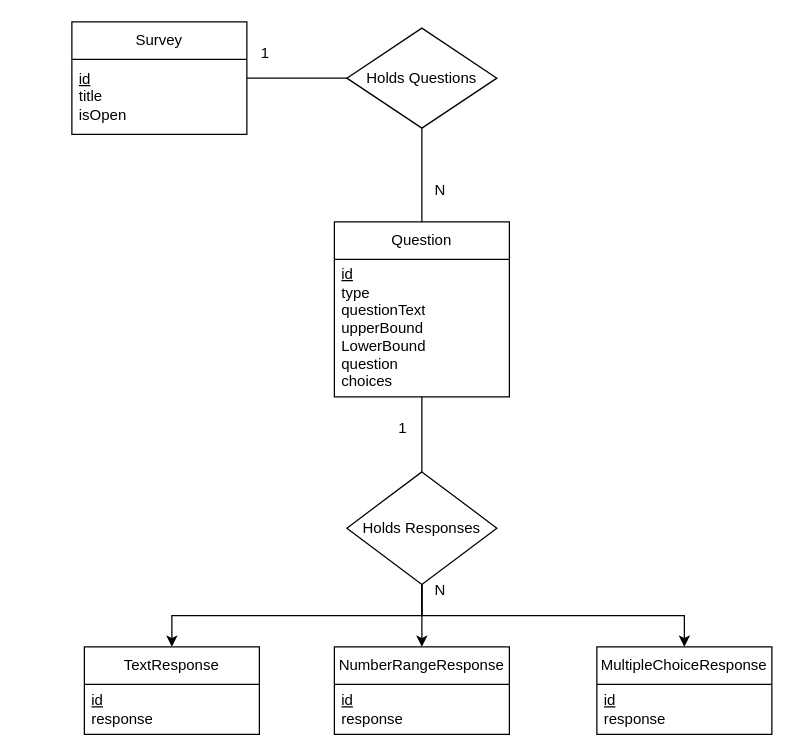
This is docs/temp_schema.drawio.xml from elyssagrant/SYSC4806-Group-Project, a draw.io file, before an edit. Source tidied: cells renumbered, new cells numbered last; positions are measured from the earlier drawing's top-left corner, leaving out a move shared by most shapes. Both pictures are drawn from the tidied source at 125%, with x=0, y=0 at pixel (71, 21).
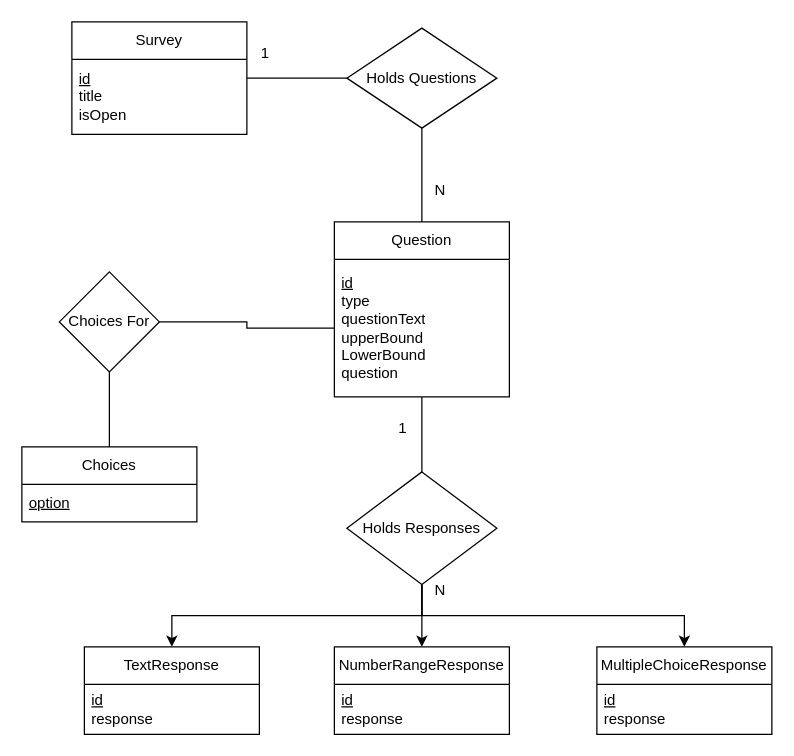
Above is the later version.

Commit message (it also covers changes not shown here):
Added choices to the schema

Unchanged cells that the change refers to:
```xml
<mxCell id="8" value="Question" style="swimlane;fontStyle=0;horizontal=1;startSize=30;whiteSpace=wrap;html=1;" parent="1" vertex="1">
  <mxGeometry x="210" y="160" width="140" height="140" as="geometry" />
</mxCell>
```

What changed in the source:
```diff
@@
-    <mxCell id="9" value="&lt;u&gt;id&lt;/u&gt;&lt;div&gt;type&lt;/div&gt;&lt;div&gt;questionText&lt;/div&gt;&lt;div&gt;upperBound&lt;/div&gt;&lt;div&gt;LowerBound&lt;/div&gt;&lt;div&gt;question&lt;/div&gt;&lt;div&gt;choices&lt;/div&gt;" style="text;strokeColor=none;fillColor=none;align=left;verticalAlign=middle;spacingLeft=4;spacingRight=4;overflow=hidden;points=[[0,0.5],[1,0.5]];portConstraint=eastwest;whiteSpace=wrap;html=1;" parent="8" vertex="1">
+    <mxCell id="9" value="&lt;u&gt;id&lt;/u&gt;&lt;div&gt;type&lt;/div&gt;&lt;div&gt;questionText&lt;/div&gt;&lt;div&gt;upperBound&lt;/div&gt;&lt;div&gt;LowerBound&lt;/div&gt;&lt;div&gt;question&lt;/div&gt;" style="text;strokeColor=none;fillColor=none;align=left;verticalAlign=middle;spacingLeft=4;spacingRight=4;overflow=hidden;points=[[0,0.5],[1,0.5]];portConstraint=eastwest;whiteSpace=wrap;html=1;" parent="8" vertex="1">
       <mxGeometry y="30" width="140" height="110" as="geometry" />
     </mxCell>
@@
+    <mxCell id="24" style="edgeStyle=orthogonalEdgeStyle;rounded=0;jettySize=auto;html=1;exitX=1;exitY=0.5;exitDx=0;exitDy=0;entryX=0;entryY=0.5;entryDx=0;entryDy=0;defaultLabelBackgroundColor=page;labelPadding=0 4;endArrow=none;endFill=0;" parent="1" edge="1" source="26" target="9">
+      <mxGeometry relative="1" as="geometry" />
+    </mxCell>
+    <mxCell id="25" style="edgeStyle=orthogonalEdgeStyle;rounded=0;jettySize=auto;html=1;exitX=0.5;exitY=1;exitDx=0;exitDy=0;entryX=0.5;entryY=0;entryDx=0;entryDy=0;defaultLabelBackgroundColor=page;labelPadding=0 4;endArrow=none;endFill=0;" parent="1" edge="1" source="26" target="27">
+      <mxGeometry relative="1" as="geometry" />
+    </mxCell>
+    <mxCell id="26" value="Choices For" style="rhombus;whiteSpace=wrap;html=1;shapeInside=1;" parent="1" vertex="1">
+      <mxGeometry x="-10" y="200" width="80" height="80" as="geometry" />
+    </mxCell>
+    <mxCell id="27" value="Choices" style="swimlane;fontStyle=0;horizontal=1;startSize=30;whiteSpace=wrap;html=1;" parent="1" vertex="1">
+      <mxGeometry x="-40" y="340" width="140" height="60" as="geometry" />
+    </mxCell>
+    <mxCell id="28" value="&lt;u&gt;option&lt;/u&gt;" style="text;strokeColor=none;fillColor=none;align=left;verticalAlign=middle;spacingLeft=4;spacingRight=4;overflow=hidden;whiteSpace=wrap;html=1;" parent="27" vertex="1">
+      <mxGeometry y="30" width="140" height="30" as="geometry" />
+    </mxCell>
```
